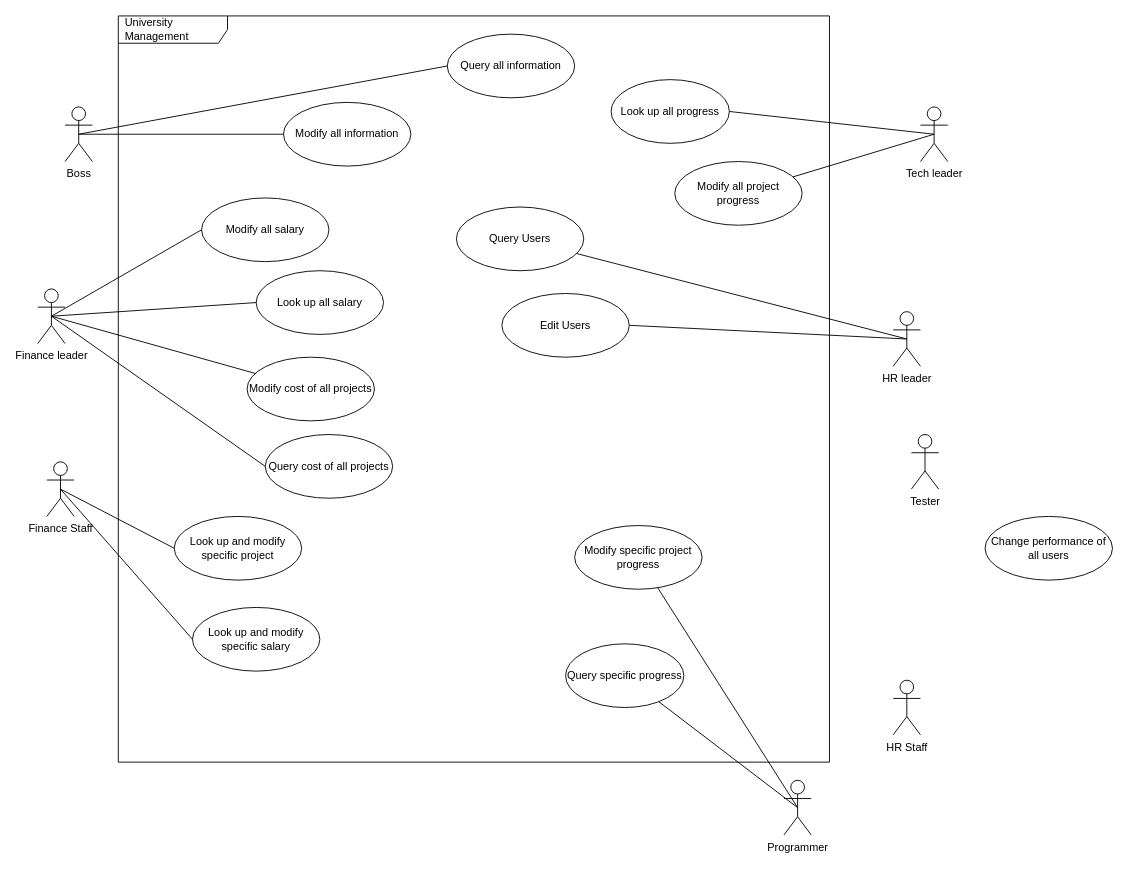
Above: DBuc.drawio in 20104796/pic (draw.io), before the change. Source tidied: cells renumbered, new cells numbered last; positions are measured from the earlier drawing's top-left corner, leaving out a move shared by most shapes. Both pictures are drawn from the tidied source at 91%, with x=0, y=0 at pixel (37, 15).
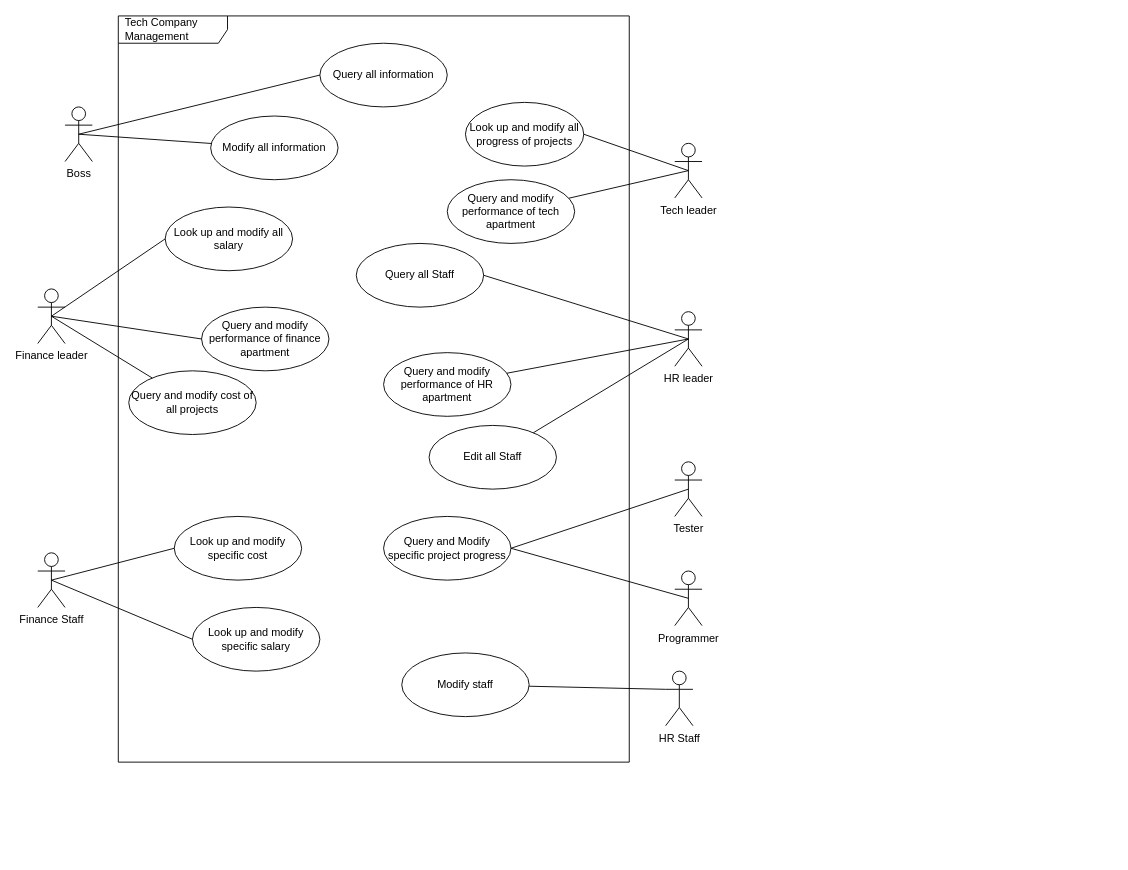
The same diagram, later.

The change refers to these unchanged cells:
```xml
<mxCell id="6" value="Finance leader" style="shape=umlActor;verticalLabelPosition=bottom;verticalAlign=top;html=1;outlineConnect=0;" parent="1" vertex="1">
  <mxGeometry y="300" width="30" height="60" as="geometry" />
</mxCell>
```

The edit, as a diff of the source:
```diff
@@
-    <mxCell id="2" value="University Management&amp;nbsp;" style="shape=umlFrame;whiteSpace=wrap;html=1;width=120;height=30;boundedLbl=1;verticalAlign=middle;align=left;spacingLeft=5;" parent="1" vertex="1">
-      <mxGeometry x="88.5" width="781.5" height="820" as="geometry" />
+    <mxCell id="2" value="Tech Company Management&amp;nbsp;" style="shape=umlFrame;whiteSpace=wrap;html=1;width=120;height=30;boundedLbl=1;verticalAlign=middle;align=left;spacingLeft=5;" parent="1" vertex="1">
+      <mxGeometry x="88.5" width="561.5" height="820" as="geometry" />
     </mxCell>
@@
-    <mxCell id="4" value="Modify cost of all projects" style="ellipse;whiteSpace=wrap;html=1;" parent="1" vertex="1">
-      <mxGeometry x="230" y="375" width="140" height="70" as="geometry" />
+    <mxCell id="4" value="Query and modify cost of all projects" style="ellipse;whiteSpace=wrap;html=1;" parent="1" vertex="1">
+      <mxGeometry x="100" y="390" width="140" height="70" as="geometry" />
     </mxCell>
     <mxCell id="5" value="&lt;div&gt;Tech leader&lt;/div&gt;" style="shape=umlActor;verticalLabelPosition=bottom;verticalAlign=top;html=1;outlineConnect=0;" parent="1" vertex="1">
-      <mxGeometry x="970" y="100" width="30" height="60" as="geometry" />
+      <mxGeometry x="700" y="140" width="30" height="60" as="geometry" />
     </mxCell>
@@
     <mxCell id="8" value="Query all information" style="ellipse;whiteSpace=wrap;html=1;" parent="1" vertex="1">
-      <mxGeometry x="450" y="20" width="140" height="70" as="geometry" />
+      <mxGeometry x="310" y="30" width="140" height="70" as="geometry" />
     </mxCell>
-    <mxCell id="9" value="Query Users" style="ellipse;whiteSpace=wrap;html=1;" parent="1" vertex="1">
-      <mxGeometry x="460" y="210" width="140" height="70" as="geometry" />
+    <mxCell id="9" value="Query and modify performance of HR apartment" style="ellipse;whiteSpace=wrap;html=1;" parent="1" vertex="1">
+      <mxGeometry x="380" y="370" width="140" height="70" as="geometry" />
     </mxCell>
@@
-    <mxCell id="11" value="Modify all project progress" style="ellipse;whiteSpace=wrap;html=1;" parent="1" vertex="1">
-      <mxGeometry x="700" y="160" width="140" height="70" as="geometry" />
+    <mxCell id="11" value="Query and modify performance of tech apartment" style="ellipse;whiteSpace=wrap;html=1;" parent="1" vertex="1">
+      <mxGeometry x="450" y="180" width="140" height="70" as="geometry" />
     </mxCell>
@@
-    <mxCell id="13" style="edgeStyle=none;html=1;endArrow=none;verticalAlign=bottom;rounded=0;startArrow=none;exitX=1;exitY=0.5;exitDx=0;exitDy=0;entryX=0.5;entryY=0.5;entryDx=0;entryDy=0;entryPerimeter=0;" parent="1" edge="1" source="15" target="19">
-      <mxGeometry relative="1" as="geometry" />
-    </mxCell>
-    <mxCell id="14" value="Look up all salary" style="ellipse;whiteSpace=wrap;html=1;" parent="1" vertex="1">
-      <mxGeometry x="240" y="280" width="140" height="70" as="geometry" />
+    <mxCell id="14" value="Query and modify performance of finance apartment" style="ellipse;whiteSpace=wrap;html=1;" parent="1" vertex="1">
+      <mxGeometry x="180" y="320" width="140" height="70" as="geometry" />
     </mxCell>
-    <mxCell id="15" value="Edit Users" style="ellipse;whiteSpace=wrap;html=1;" parent="1" vertex="1">
-      <mxGeometry x="510" y="305" width="140" height="70" as="geometry" />
+    <mxCell id="15" value="Query all Staff" style="ellipse;whiteSpace=wrap;html=1;" parent="1" vertex="1">
+      <mxGeometry x="350" y="250" width="140" height="70" as="geometry" />
     </mxCell>
@@
-    <mxCell id="17" value="Look up all progress" style="ellipse;whiteSpace=wrap;html=1;" parent="1" vertex="1">
-      <mxGeometry x="630" y="70" width="130" height="70" as="geometry" />
+    <mxCell id="17" value="Look up and modify all progress of projects" style="ellipse;whiteSpace=wrap;html=1;" parent="1" vertex="1">
+      <mxGeometry x="470" y="95" width="130" height="70" as="geometry" />
     </mxCell>
@@
     <mxCell id="19" value="&lt;div&gt;HR leader&lt;/div&gt;" style="shape=umlActor;verticalLabelPosition=bottom;verticalAlign=top;html=1;outlineConnect=0;" parent="1" vertex="1">
-      <mxGeometry x="940" y="325" width="30" height="60" as="geometry" />
+      <mxGeometry x="700" y="325" width="30" height="60" as="geometry" />
     </mxCell>
     <mxCell id="20" value="&lt;div&gt;HR Staff&lt;/div&gt;" style="shape=umlActor;verticalLabelPosition=bottom;verticalAlign=top;html=1;outlineConnect=0;" parent="1" vertex="1">
-      <mxGeometry x="940" y="730" width="30" height="60" as="geometry" />
+      <mxGeometry x="690" y="720" width="30" height="60" as="geometry" />
     </mxCell>
     <mxCell id="21" value="Finance Staff" style="shape=umlActor;verticalLabelPosition=bottom;verticalAlign=top;html=1;outlineConnect=0;" parent="1" vertex="1">
-      <mxGeometry x="10" y="490" width="30" height="60" as="geometry" />
+      <mxGeometry y="590" width="30" height="60" as="geometry" />
     </mxCell>
     <mxCell id="22" value="Programmer" style="shape=umlActor;verticalLabelPosition=bottom;verticalAlign=top;html=1;outlineConnect=0;" parent="1" vertex="1">
-      <mxGeometry x="820" y="840" width="30" height="60" as="geometry" />
+      <mxGeometry x="700" y="610" width="30" height="60" as="geometry" />
     </mxCell>
     <mxCell id="23" value="Tester" style="shape=umlActor;verticalLabelPosition=bottom;verticalAlign=top;html=1;outlineConnect=0;" parent="1" vertex="1">
-      <mxGeometry x="960" y="460" width="30" height="60" as="geometry" />
+      <mxGeometry x="700" y="490" width="30" height="60" as="geometry" />
     </mxCell>
-    <mxCell id="24" value="Modify specific project progress" style="ellipse;whiteSpace=wrap;html=1;" parent="1" vertex="1">
-      <mxGeometry x="590" y="560" width="140" height="70" as="geometry" />
+    <mxCell id="24" value="Query and Modify specific project progress" style="ellipse;whiteSpace=wrap;html=1;" parent="1" vertex="1">
+      <mxGeometry x="380" y="550" width="140" height="70" as="geometry" />
     </mxCell>
-    <mxCell id="25" style="rounded=0;jettySize=auto;html=1;entryX=0.5;entryY=0.5;entryDx=0;entryDy=0;entryPerimeter=0;endArrow=none;endFill=0;" parent="1" edge="1" source="24" target="22">
+    <mxCell id="25" style="rounded=0;jettySize=auto;html=1;entryX=0.5;entryY=0.5;entryDx=0;entryDy=0;entryPerimeter=0;endArrow=none;endFill=0;exitX=1;exitY=0.5;exitDx=0;exitDy=0;" parent="1" edge="1" source="24" target="22">
       <mxGeometry relative="1" as="geometry" />
     </mxCell>
-    <mxCell id="26" value="Query specific progress" style="ellipse;whiteSpace=wrap;html=1;" parent="1" vertex="1">
-      <mxGeometry x="580" y="690" width="130" height="70" as="geometry" />
-    </mxCell>
-    <mxCell id="27" style="rounded=0;jettySize=auto;html=1;entryX=0.5;entryY=0.5;entryDx=0;entryDy=0;entryPerimeter=0;endArrow=none;endFill=0;" parent="1" edge="1" source="26" target="22">
-      <mxGeometry relative="1" as="geometry" />
-    </mxCell>
-    <mxCell id="28" value="Query cost of all projects" style="ellipse;whiteSpace=wrap;html=1;" parent="1" vertex="1">
-      <mxGeometry x="250" y="460" width="140" height="70" as="geometry" />
-    </mxCell>
-    <mxCell id="29" style="edgeStyle=none;html=1;endArrow=none;verticalAlign=bottom;rounded=0;entryX=0;entryY=0.5;entryDx=0;entryDy=0;exitX=0.5;exitY=0.5;exitDx=0;exitDy=0;exitPerimeter=0;" parent="1" edge="1" source="6" target="28">
-      <mxGeometry relative="1" as="geometry" />
-    </mxCell>
-    <mxCell id="30" value="Modify all salary" style="ellipse;whiteSpace=wrap;html=1;" parent="1" vertex="1">
-      <mxGeometry x="180" y="200" width="140" height="70" as="geometry" />
+    <mxCell id="30" value="Look up and modify all salary" style="ellipse;whiteSpace=wrap;html=1;" parent="1" vertex="1">
+      <mxGeometry x="140" y="210" width="140" height="70" as="geometry" />
     </mxCell>
@@
     <mxCell id="33" value="Modify all information" style="ellipse;whiteSpace=wrap;html=1;" parent="1" vertex="1">
-      <mxGeometry x="270" y="95" width="140" height="70" as="geometry" />
+      <mxGeometry x="190" y="110" width="140" height="70" as="geometry" />
     </mxCell>
-    <mxCell id="34" value="Look up and modify specific project" style="ellipse;whiteSpace=wrap;html=1;" parent="1" vertex="1">
+    <mxCell id="34" value="Look up and modify specific cost" style="ellipse;whiteSpace=wrap;html=1;" parent="1" vertex="1">
       <mxGeometry x="150" y="550" width="140" height="70" as="geometry" />
     </mxCell>
-    <mxCell id="35" value="Change performance of all users" style="ellipse;whiteSpace=wrap;html=1;" parent="1" vertex="1">
-      <mxGeometry x="1041" y="550" width="140" height="70" as="geometry" />
+    <mxCell id="35" value="Modify staff" style="ellipse;whiteSpace=wrap;html=1;" parent="1" vertex="1">
+      <mxGeometry x="400" y="700" width="140" height="70" as="geometry" />
     </mxCell>
@@
+    <mxCell id="40" style="rounded=0;jettySize=auto;html=1;entryX=0.5;entryY=0.5;entryDx=0;entryDy=0;entryPerimeter=0;endArrow=none;endFill=0;exitX=1;exitY=0.5;exitDx=0;exitDy=0;" parent="1" edge="1" source="24" target="23">
+      <mxGeometry relative="1" as="geometry" />
+    </mxCell>
+    <mxCell id="41" style="rounded=0;jettySize=auto;html=1;entryX=0;entryY=0.3333333333333333;entryDx=0;entryDy=0;entryPerimeter=0;endArrow=none;endFill=0;" parent="1" edge="1" source="35" target="20">
+      <mxGeometry relative="1" as="geometry" />
+    </mxCell>
+    <mxCell id="42" value="Edit all Staff" style="ellipse;whiteSpace=wrap;html=1;" parent="1" vertex="1">
+      <mxGeometry x="430" y="450" width="140" height="70" as="geometry" />
+    </mxCell>
+    <mxCell id="43" style="rounded=0;jettySize=auto;html=1;entryX=0.5;entryY=0.5;entryDx=0;entryDy=0;entryPerimeter=0;endArrow=none;endFill=0;" parent="1" edge="1" source="42" target="19">
+      <mxGeometry relative="1" as="geometry" />
+    </mxCell>
+    <mxCell id="13" style="edgeStyle=none;html=1;endArrow=none;verticalAlign=bottom;rounded=0;startArrow=none;exitX=1;exitY=0.5;exitDx=0;exitDy=0;entryX=0.5;entryY=0.5;entryDx=0;entryDy=0;entryPerimeter=0;" parent="1" edge="1" source="15" target="19">
+      <mxGeometry relative="1" as="geometry" />
+    </mxCell>
```
